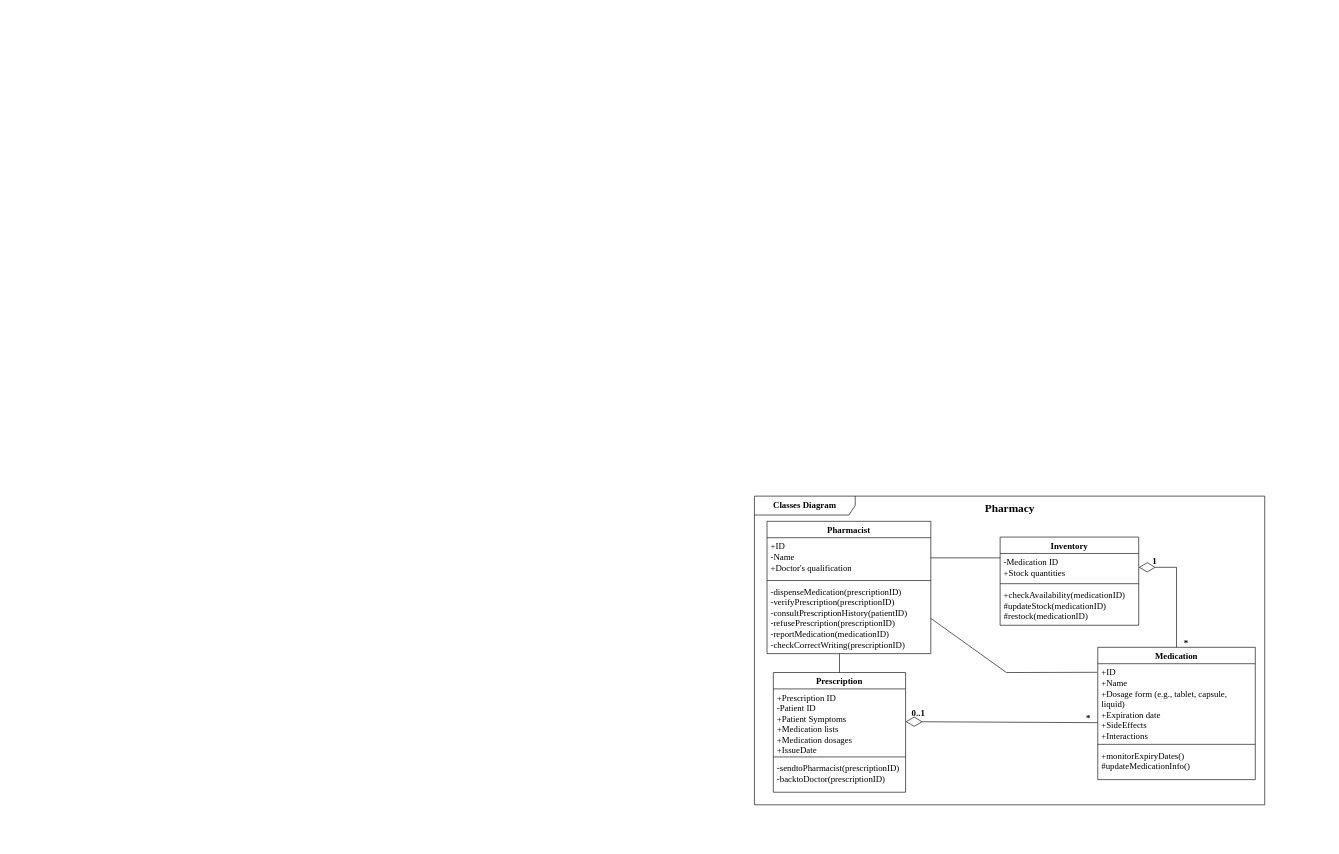
Above: Class Diagram.drawio in FOMOKN/Software-Engineering (draw.io), before the change. Source tidied: cells renumbered, new cells numbered last; positions are measured from the earlier drawing's top-left corner, leaving out a move shared by most shapes. Both pictures are drawn from the tidied source at 63%, with x=0, y=0 at pixel (754, 496).
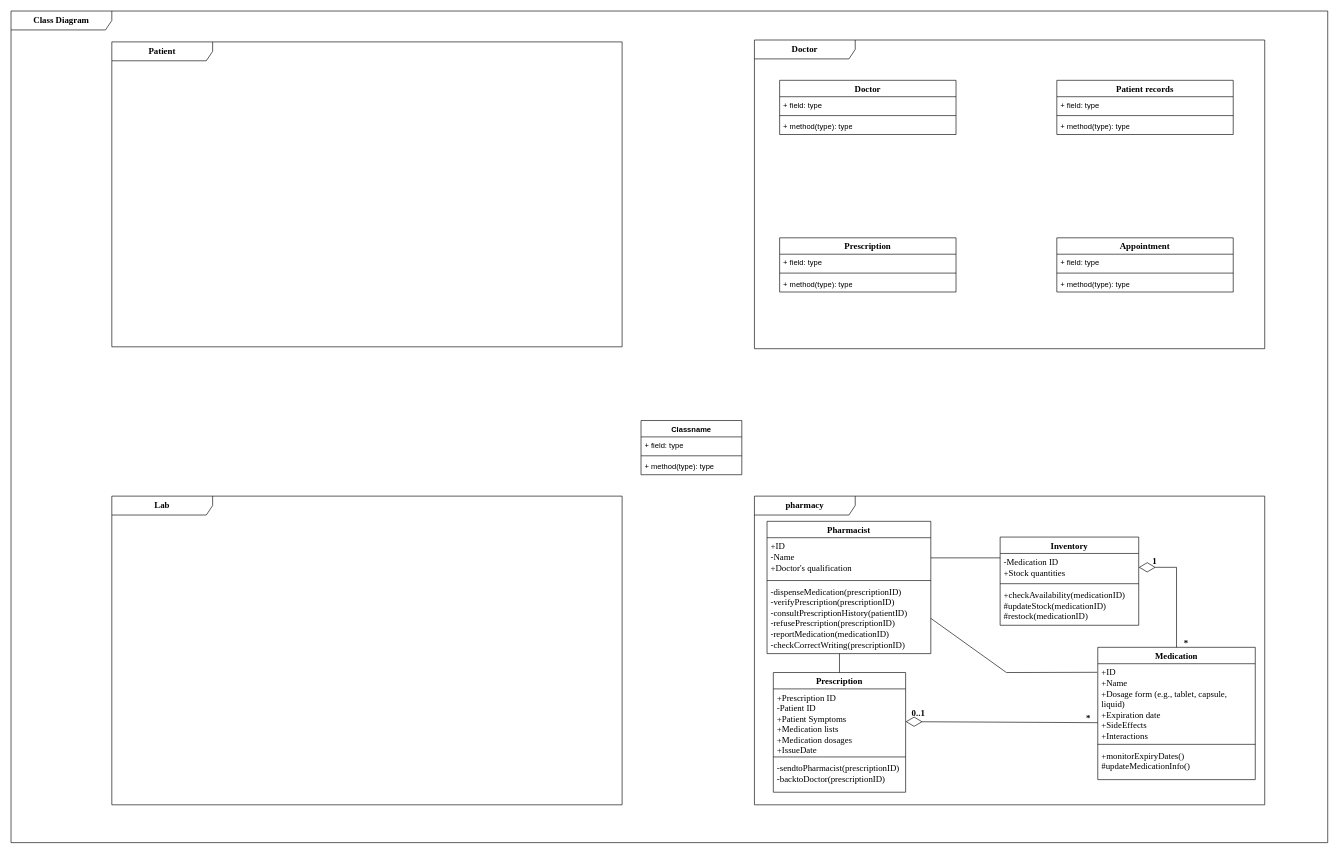
After the change.

What changed in the source:
```diff
@@
-    <mxCell id="2" value="&lt;font style=&quot;font-size: 14px;&quot; face=&quot;Times New Roman&quot;&gt;&lt;b&gt;Classes Diagram&lt;/b&gt;&lt;/font&gt;" style="shape=umlFrame;whiteSpace=wrap;html=1;width=160;" parent="1" vertex="1">
+    <mxCell id="2" value="&lt;font size=&quot;1&quot; face=&quot;Times New Roman&quot;&gt;&lt;b style=&quot;font-size: 14px;&quot;&gt;pharmacy&lt;/b&gt;&lt;/font&gt;" style="shape=umlFrame;whiteSpace=wrap;html=1;width=160;" parent="1" vertex="1">
       <mxGeometry width="810" height="490" as="geometry" />
     </mxCell>
@@
-    <mxCell id="19" value="&lt;font size=&quot;1&quot; face=&quot;Times New Roman&quot;&gt;&lt;b style=&quot;font-size: 18px;&quot;&gt;Pharmacy&lt;/b&gt;&lt;/font&gt;" style="text;html=1;align=center;verticalAlign=middle;strokeColor=none;fillColor=none;" parent="2" vertex="1">
-      <mxGeometry x="355" width="100" height="40" as="geometry" />
-    </mxCell>
@@
+    <mxCell id="29" value="&lt;font style=&quot;font-size: 14px;&quot; face=&quot;Times New Roman&quot;&gt;&lt;b&gt;Class Diagram&lt;/b&gt;&lt;/font&gt;" style="shape=umlFrame;whiteSpace=wrap;html=1;width=160;" parent="1" vertex="1">
+      <mxGeometry x="-1180" y="-770" width="2090" height="1320" as="geometry" />
+    </mxCell>
+    <mxCell id="30" value="&lt;b&gt;&lt;font face=&quot;Times New Roman&quot; style=&quot;font-size: 14px;&quot;&gt;Lab&lt;/font&gt;&lt;/b&gt;" style="shape=umlFrame;whiteSpace=wrap;html=1;width=160;" parent="29" vertex="1">
+      <mxGeometry x="160" y="770" width="810" height="490" as="geometry" />
+    </mxCell>
+    <mxCell id="31" value="&lt;font size=&quot;1&quot; face=&quot;Times New Roman&quot;&gt;&lt;b style=&quot;font-size: 14px;&quot;&gt;Patient&lt;/b&gt;&lt;/font&gt;" style="shape=umlFrame;whiteSpace=wrap;html=1;width=160;" parent="29" vertex="1">
+      <mxGeometry x="160" y="49" width="810" height="484" as="geometry" />
+    </mxCell>
+    <mxCell id="32" value="&lt;font style=&quot;font-size: 14px;&quot; face=&quot;Times New Roman&quot;&gt;&lt;b&gt;Doctor&lt;/b&gt;&lt;/font&gt;" style="shape=umlFrame;whiteSpace=wrap;html=1;width=160;" parent="29" vertex="1">
+      <mxGeometry x="1180" y="46" width="810" height="490" as="geometry" />
+    </mxCell>
+    <mxCell id="33" value="&lt;font style=&quot;font-size: 14px;&quot; face=&quot;Times New Roman&quot;&gt;Doctor&lt;/font&gt;" style="swimlane;fontStyle=1;align=center;verticalAlign=top;horizontal=1;startSize=26;whiteSpace=wrap;html=1;" parent="32" vertex="1">
+      <mxGeometry x="40" y="64" width="280" height="86" as="geometry" />
+    </mxCell>
+    <mxCell id="34" value="+ field: type" style="text;strokeColor=none;fillColor=none;align=left;verticalAlign=top;spacingLeft=4;spacingRight=4;overflow=hidden;whiteSpace=wrap;html=1;" parent="33" vertex="1">
+      <mxGeometry y="26" width="280" height="26" as="geometry" />
+    </mxCell>
+    <mxCell id="35" style="line;strokeWidth=1;fillColor=none;align=left;verticalAlign=middle;spacingTop=-1;spacingLeft=3;spacingRight=3;labelPosition=right;strokeColor=inherit;" parent="33" vertex="1">
+      <mxGeometry y="52" width="280" height="8" as="geometry" />
+    </mxCell>
+    <mxCell id="36" value="+ method(type): type" style="text;strokeColor=none;fillColor=none;align=left;verticalAlign=top;spacingLeft=4;spacingRight=4;overflow=hidden;whiteSpace=wrap;html=1;" parent="33" vertex="1">
+      <mxGeometry y="60" width="280" height="26" as="geometry" />
+    </mxCell>
+    <mxCell id="37" value="&lt;font face=&quot;Times New Roman&quot; style=&quot;font-size: 14px;&quot;&gt;Prescription&lt;/font&gt;" style="swimlane;fontStyle=1;align=center;verticalAlign=top;horizontal=1;startSize=26;whiteSpace=wrap;html=1;" parent="32" vertex="1">
+      <mxGeometry x="40" y="314" width="280" height="86" as="geometry" />
+    </mxCell>
+    <mxCell id="38" value="+ field: type" style="text;strokeColor=none;fillColor=none;align=left;verticalAlign=top;spacingLeft=4;spacingRight=4;overflow=hidden;whiteSpace=wrap;html=1;" parent="37" vertex="1">
+      <mxGeometry y="26" width="280" height="26" as="geometry" />
+    </mxCell>
+    <mxCell id="39" style="line;strokeWidth=1;fillColor=none;align=left;verticalAlign=middle;spacingTop=-1;spacingLeft=3;spacingRight=3;labelPosition=right;strokeColor=inherit;" parent="37" vertex="1">
+      <mxGeometry y="52" width="280" height="8" as="geometry" />
+    </mxCell>
+    <mxCell id="40" value="+ method(type): type" style="text;strokeColor=none;fillColor=none;align=left;verticalAlign=top;spacingLeft=4;spacingRight=4;overflow=hidden;whiteSpace=wrap;html=1;" parent="37" vertex="1">
+      <mxGeometry y="60" width="280" height="26" as="geometry" />
+    </mxCell>
+    <mxCell id="41" value="&lt;font face=&quot;Times New Roman&quot; style=&quot;font-size: 14px;&quot;&gt;Appointment&lt;/font&gt;" style="swimlane;fontStyle=1;align=center;verticalAlign=top;horizontal=1;startSize=26;whiteSpace=wrap;html=1;" parent="32" vertex="1">
+      <mxGeometry x="480" y="314" width="280" height="86" as="geometry" />
+    </mxCell>
+    <mxCell id="42" value="+ field: type" style="text;strokeColor=none;fillColor=none;align=left;verticalAlign=top;spacingLeft=4;spacingRight=4;overflow=hidden;whiteSpace=wrap;html=1;" parent="41" vertex="1">
+      <mxGeometry y="26" width="280" height="26" as="geometry" />
+    </mxCell>
+    <mxCell id="43" style="line;strokeWidth=1;fillColor=none;align=left;verticalAlign=middle;spacingTop=-1;spacingLeft=3;spacingRight=3;labelPosition=right;strokeColor=inherit;" parent="41" vertex="1">
+      <mxGeometry y="52" width="280" height="8" as="geometry" />
+    </mxCell>
+    <mxCell id="44" value="+ method(type): type" style="text;strokeColor=none;fillColor=none;align=left;verticalAlign=top;spacingLeft=4;spacingRight=4;overflow=hidden;whiteSpace=wrap;html=1;" parent="41" vertex="1">
+      <mxGeometry y="60" width="280" height="26" as="geometry" />
+    </mxCell>
+    <mxCell id="45" value="&lt;font face=&quot;Times New Roman&quot; style=&quot;font-size: 14px;&quot;&gt;Patient records&lt;/font&gt;" style="swimlane;fontStyle=1;align=center;verticalAlign=top;horizontal=1;startSize=26;whiteSpace=wrap;html=1;" parent="32" vertex="1">
+      <mxGeometry x="480" y="64" width="280" height="86" as="geometry" />
+    </mxCell>
+    <mxCell id="46" value="+ field: type" style="text;strokeColor=none;fillColor=none;align=left;verticalAlign=top;spacingLeft=4;spacingRight=4;overflow=hidden;whiteSpace=wrap;html=1;" parent="45" vertex="1">
+      <mxGeometry y="26" width="280" height="26" as="geometry" />
+    </mxCell>
+    <mxCell id="47" style="line;strokeWidth=1;fillColor=none;align=left;verticalAlign=middle;spacingTop=-1;spacingLeft=3;spacingRight=3;labelPosition=right;strokeColor=inherit;" parent="45" vertex="1">
+      <mxGeometry y="52" width="280" height="8" as="geometry" />
+    </mxCell>
+    <mxCell id="48" value="+ method(type): type" style="text;strokeColor=none;fillColor=none;align=left;verticalAlign=top;spacingLeft=4;spacingRight=4;overflow=hidden;whiteSpace=wrap;html=1;" parent="45" vertex="1">
+      <mxGeometry y="60" width="280" height="26" as="geometry" />
+    </mxCell>
+    <mxCell id="49" value="Classname" style="swimlane;fontStyle=1;align=center;verticalAlign=top;horizontal=1;startSize=26;whiteSpace=wrap;html=1;" parent="29" vertex="1">
+      <mxGeometry x="1000" y="650" width="160" height="86" as="geometry" />
+    </mxCell>
+    <mxCell id="50" value="+ field: type" style="text;strokeColor=none;fillColor=none;align=left;verticalAlign=top;spacingLeft=4;spacingRight=4;overflow=hidden;whiteSpace=wrap;html=1;" parent="49" vertex="1">
+      <mxGeometry y="26" width="160" height="26" as="geometry" />
+    </mxCell>
+    <mxCell id="51" style="line;strokeWidth=1;fillColor=none;align=left;verticalAlign=middle;spacingTop=-1;spacingLeft=3;spacingRight=3;labelPosition=right;strokeColor=inherit;" parent="49" vertex="1">
+      <mxGeometry y="52" width="160" height="8" as="geometry" />
+    </mxCell>
+    <mxCell id="52" value="+ method(type): type" style="text;strokeColor=none;fillColor=none;align=left;verticalAlign=top;spacingLeft=4;spacingRight=4;overflow=hidden;whiteSpace=wrap;html=1;" parent="49" vertex="1">
+      <mxGeometry y="60" width="160" height="26" as="geometry" />
+    </mxCell>
```
